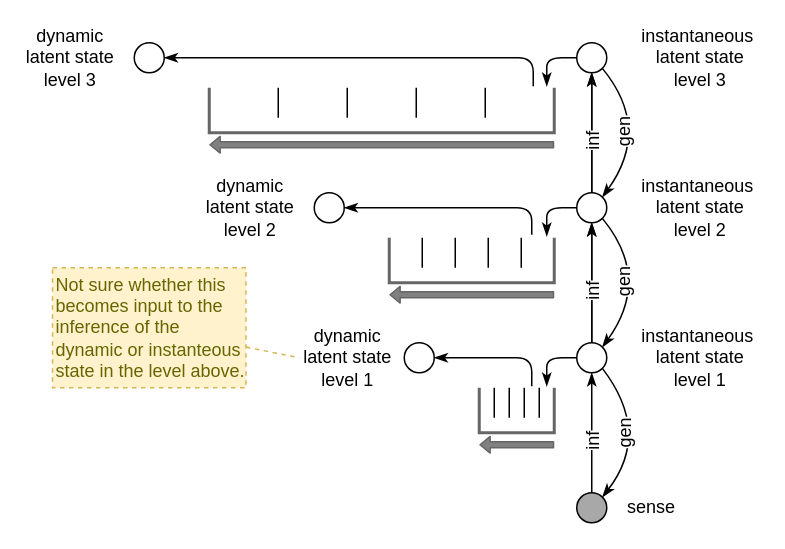
Before: page "hierarchical-dynamic-state" (6 of 8) of files/Focusing-on-the-why.drawio in malcolmlett/malcolmlett.github.io, a draw.io diagram. Source tidied: cells renumbered, new cells numbered last; positions are measured from the earlier drawing's top-left corner, leaving out a move shared by most shapes. Both pictures are drawn from the tidied source at 150%, with x=0, y=0 at pixel (28, 42).
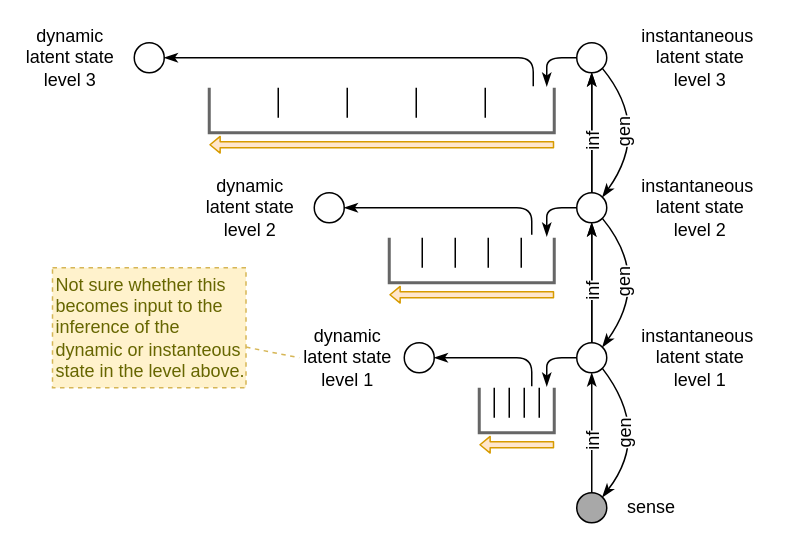
After the change.

The edit, as a diff of the source:
```diff
@@
-    <mxCell id="16" style="shape=flexArrow;endArrow=classic;html=1;shadow=0;strokeWidth=1;fontSize=12;width=3.875968992248062;endSize=1.9224806201550388;endWidth=6.211165194399375;strokeColor=#666666;fillColor=#808080;" parent="1" edge="1">
+    <mxCell id="16" style="shape=flexArrow;endArrow=classic;html=1;shadow=0;strokeWidth=1;fontSize=12;width=3.875968992248062;endSize=1.9224806201550388;endWidth=6.211165194399375;strokeColor=#d79b00;fillColor=#ffe6cc;" parent="1" edge="1">
       <mxGeometry relative="1" as="geometry">
         <mxPoint x="350" y="268" as="sourcePoint" />
         <mxPoint x="300" y="268" as="targetPoint" />
       </mxGeometry>
     </mxCell>
@@
-    <mxCell id="30" style="shape=flexArrow;endArrow=classic;html=1;shadow=0;strokeWidth=1;fontSize=12;width=3.875968992248062;endSize=1.9224806201550388;endWidth=6.211165194399375;strokeColor=#666666;fillColor=#808080;" parent="1" edge="1">
+    <mxCell id="30" style="shape=flexArrow;endArrow=classic;html=1;shadow=0;strokeWidth=1;fontSize=12;width=3.875968992248062;endSize=1.9224806201550388;endWidth=6.211165194399375;strokeColor=#d79b00;fillColor=#ffe6cc;" parent="1" edge="1">
       <mxGeometry relative="1" as="geometry">
         <mxPoint x="350" y="168" as="sourcePoint" />
         <mxPoint x="240" y="168" as="targetPoint" />
       </mxGeometry>
     </mxCell>
@@
-    <mxCell id="44" style="shape=flexArrow;endArrow=classic;html=1;shadow=0;strokeWidth=1;fontSize=12;width=3.875968992248062;endSize=1.9224806201550388;endWidth=6.211165194399375;strokeColor=#666666;fillColor=#808080;" parent="1" edge="1">
+    <mxCell id="44" style="shape=flexArrow;endArrow=classic;html=1;shadow=0;strokeWidth=1;fontSize=12;width=3.875968992248062;endSize=1.9224806201550388;endWidth=6.211165194399375;strokeColor=#d79b00;fillColor=#ffe6cc;" parent="1" edge="1">
       <mxGeometry relative="1" as="geometry">
         <mxPoint x="350" y="68" as="sourcePoint" />
         <mxPoint x="120" y="68" as="targetPoint" />
       </mxGeometry>
     </mxCell>
```
